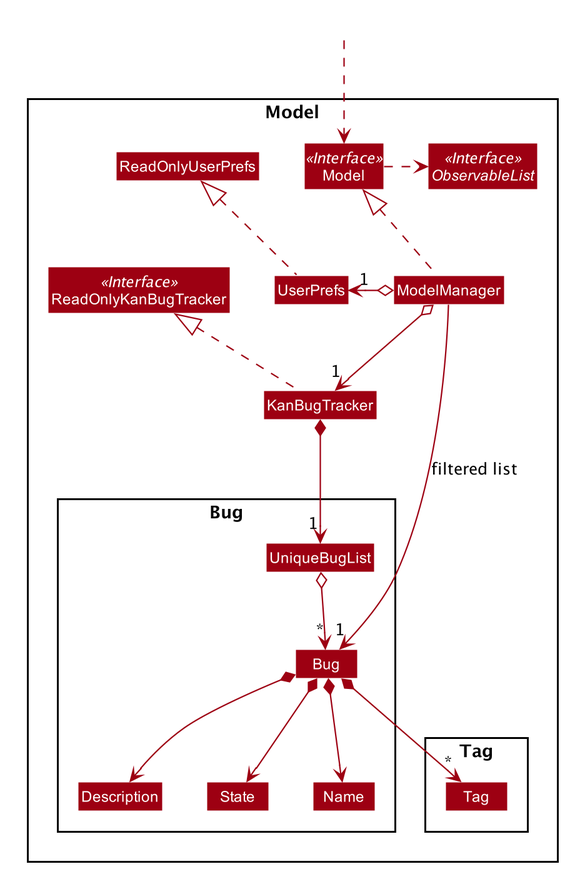
Before: docs/images/ModelClassDiagram.png, a diagram exported from PlantUML (the-reefshark/tp). Its diagram source:
```plantuml
@startuml








skinparam BackgroundColor #FFFFFFF

skinparam Shadowing false

skinparam Class {
    FontColor #FFFFFF
    BorderThickness 1
    BorderColor #FFFFFF
    StereotypeFontColor #FFFFFF
    FontName Arial
}

skinparam Actor {
    BorderColor #000000
    Color #000000
    FontName Arial
}

skinparam Sequence {
    MessageAlign center
    BoxFontSize 15
    BoxPadding 0
    BoxFontColor #FFFFFF
    FontName Arial
}

skinparam Participant {
    FontColor #FFFFFFF
    Padding 20
}

skinparam MinClassWidth 50
skinparam ParticipantPadding 10
skinparam Shadowing false
skinparam DefaultTextAlignment center
skinparam packageStyle Rectangle

hide footbox
hide members
hide circle
skinparam arrowThickness 1.1
skinparam arrowColor #9D0012
skinparam classBackgroundColor #9D0012

Package Model <<Rectangle>>{
Interface ReadOnlyKanBugTracker <<Interface>>
Interface Model <<Interface>>
Interface ObservableList <<Interface>>
Class KanBugTracker
Class ReadOnlyKanBugTracker
Class Model
Class ModelManager
Class UserPrefs
Class ReadOnlyUserPrefs

Package Bug {
Class Bug
Class Description
Class State
Class Name
Class UniqueBugList
}

Package Tag {
Class Tag
}
}

Class HiddenOutside #FFFFFF
HiddenOutside ..> Model

KanBugTracker .up.|> ReadOnlyKanBugTracker

ModelManager .up.|> Model
Model .right.> ObservableList
ModelManager o--> "1" KanBugTracker
ModelManager o-left-> "1" UserPrefs
UserPrefs .up.|> ReadOnlyUserPrefs

KanBugTracker *--> "1" UniqueBugList
UniqueBugList o--> "*" Bug
Bug *--> Name
Bug *--> State
Bug *--> Description
Bug *--> "*" Tag

ModelManager -->"1" Bug : filtered list
@enduml
```
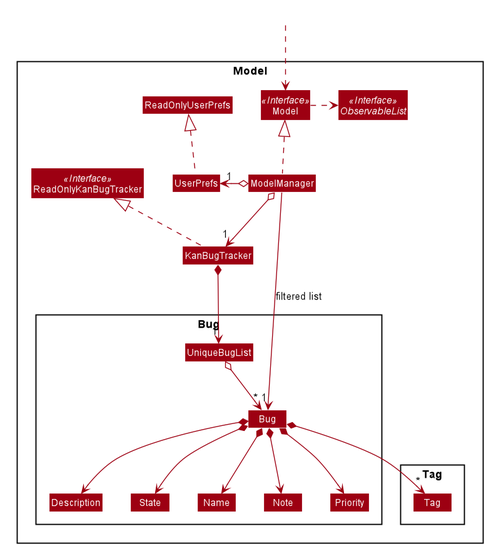
After the commit.

Diff of the diagram source:
```diff
@@ -68,6 +68,8 @@
 Class State
 Class Name
 Class UniqueBugList
+Class Note
+Class Priority
 }
 
 Package Tag {
@@ -91,6 +93,8 @@
 Bug *--> Name
 Bug *--> State
 Bug *--> Description
+Bug *--> Note
+Bug *--> Priority
 Bug *--> "*" Tag
 
 ModelManager -->"1" Bug : filtered list
```
